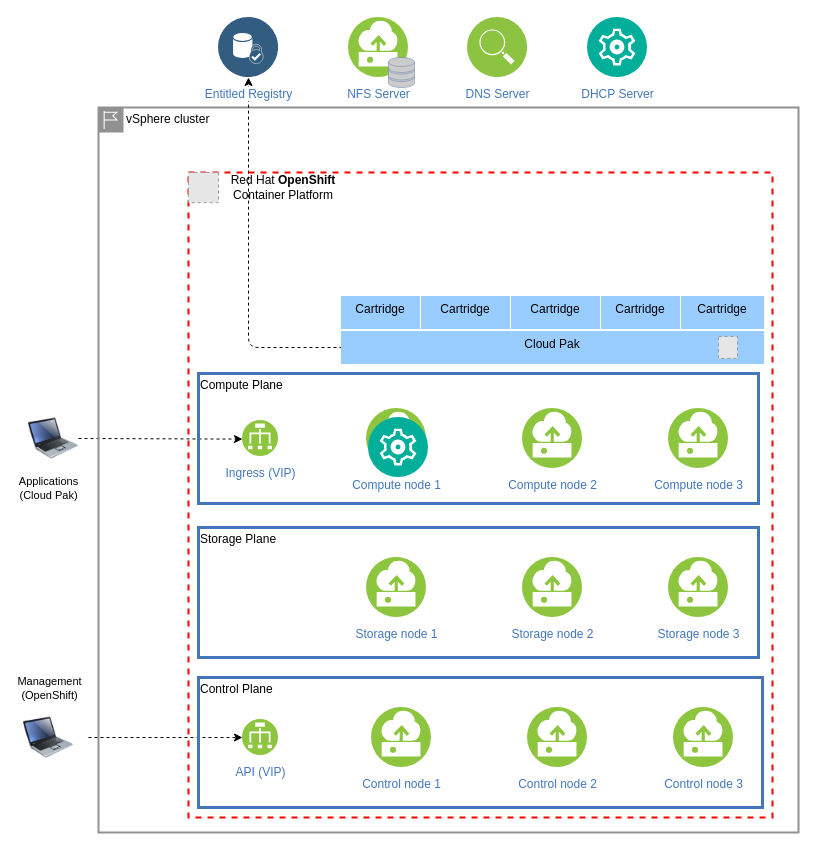
The draw.io diagram sample-configurations/sample-vsphere-nfs-ocs-cp4d/sample-vsphere-nfs-ocs-cp4d.drawio in IBM/cloud-pak-deployer, before the edit. Source tidied: cells renumbered, new cells numbered last; positions are measured from the earlier drawing's top-left corner, leaving out a move shared by most shapes. Both pictures are drawn from the tidied source at 100%, with x=0, y=0 at pixel (23, 17). Pictures stored in the file or linked from it are replaced by grey dashed boxes.
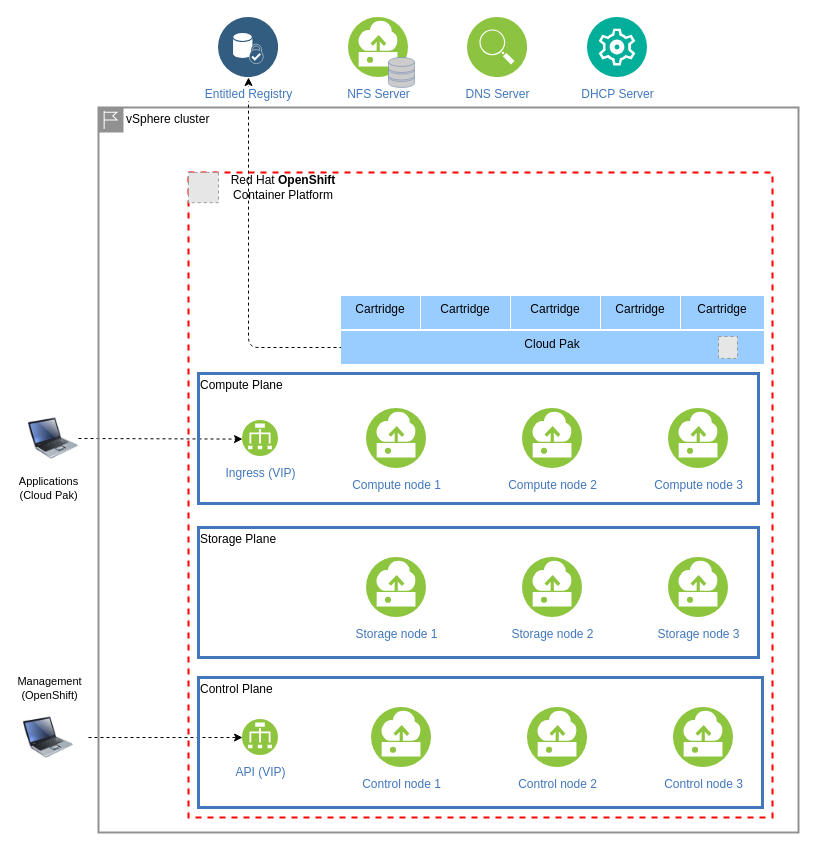
The same page after the edit.

Commit message (it also covers changes not shown here):
Minor vSphere doc issues

The edit, as a diff of the source:
```diff
@@
-    <mxCell id="19" style="perimeter=ellipsePerimeter;html=1;align=center;shadow=0;dashed=0;fontColor=#4277BB;labelBackgroundColor=#ffffff;fontSize=12;spacingTop=3;image;image=img/lib/ibm/management/cluster_management.svg;" parent="1" vertex="1">
-      <mxGeometry x="345" y="400" width="60" height="60" as="geometry" />
-    </mxCell>
```
